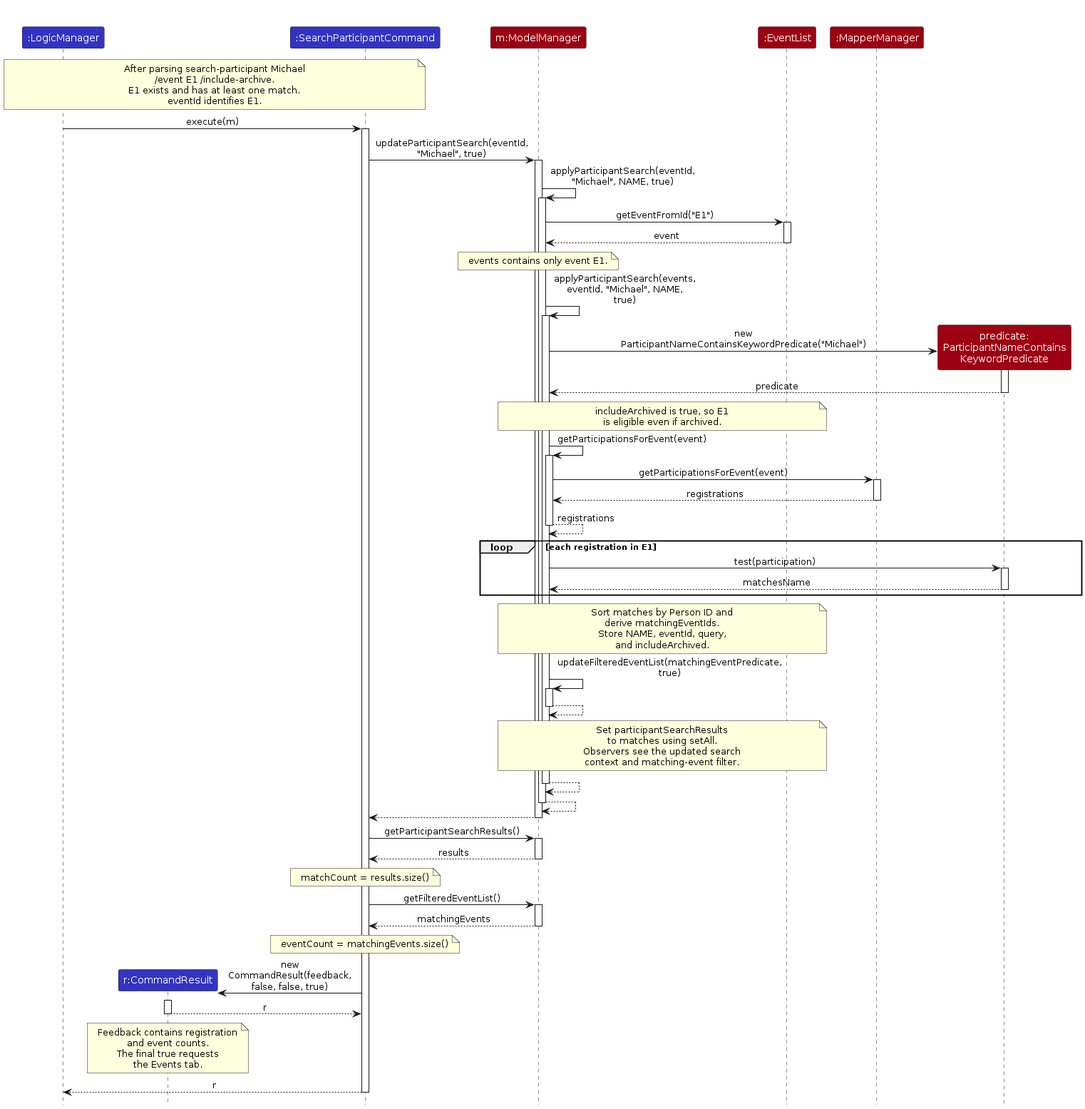
Earlier version of the PlantUML export diagrams/ParticipantSearchSequenceDiagram.png (AY2627S1-CS2103-F12-4/tp). Its source is kept beside it as diagrams/ParticipantSearchSequenceDiagram.puml. Source of this version:
```plantuml
@startuml
!include style.puml
skinparam ArrowFontStyle plain
skinparam ParticipantPadding 5
skinparam maxMessageSize 180

participant ":LogicManager" as LogicManager LOGIC_COLOR
participant "r:CommandResult" as CommandResult LOGIC_COLOR
participant ":SearchParticipantCommand" as Command LOGIC_COLOR
participant "m:ModelManager" as ModelManager MODEL_COLOR
participant ":EventList" as EventList MODEL_COLOR
participant ":MapperManager" as MapperManager MODEL_COLOR
participant "predicate:\nParticipantNameContains\nKeywordPredicate" as Predicate MODEL_COLOR

note over LogicManager, Command
  After parsing search-participant Michael
  /event E1 /include-archive.
  E1 exists and has at least one match.
  eventId identifies E1.
end note

LogicManager -> Command : execute(m)
activate Command
Command -> ModelManager : updateParticipantSearch(eventId, "Michael", true)
activate ModelManager
ModelManager -> ModelManager : applyParticipantSearch(eventId, "Michael", NAME, true)
activate ModelManager
ModelManager -> EventList : getEventFromId("E1")
activate EventList
EventList --> ModelManager : event
deactivate EventList
note over ModelManager : events contains only event E1.
ModelManager -> ModelManager : applyParticipantSearch(events, eventId, "Michael", NAME, true)
activate ModelManager

create Predicate
ModelManager -> Predicate : new ParticipantNameContainsKeywordPredicate("Michael")
activate Predicate
Predicate --> ModelManager : predicate
deactivate Predicate

note over ModelManager, EventList
  includeArchived is true, so E1
  is eligible even if archived.
end note

ModelManager -> ModelManager : getParticipationsForEvent(event)
activate ModelManager
ModelManager -> MapperManager : getParticipationsForEvent(event)
activate MapperManager
MapperManager --> ModelManager : registrations
deactivate MapperManager
ModelManager --> ModelManager : registrations
deactivate ModelManager

loop each registration in E1
    ModelManager -> Predicate : test(participation)
    activate Predicate
    Predicate --> ModelManager : matchesName
    deactivate Predicate
end

note over ModelManager, EventList
  Sort matches by Person ID and
  derive matchingEventIds.
  Store NAME, eventId, query,
  and includeArchived.
end note

ModelManager -> ModelManager : updateFilteredEventList(matchingEventPredicate, true)
activate ModelManager
ModelManager --> ModelManager
deactivate ModelManager

note over ModelManager, EventList
  Set participantSearchResults
  to matches using setAll.
  Observers see the updated search
  context and matching-event filter.
end note

ModelManager --> ModelManager
deactivate ModelManager
ModelManager --> ModelManager
deactivate ModelManager
ModelManager --> Command
deactivate ModelManager

Command -> ModelManager : getParticipantSearchResults()
activate ModelManager
ModelManager --> Command : results
deactivate ModelManager
note over Command : matchCount = results.size()

Command -> ModelManager : getFilteredEventList()
activate ModelManager
ModelManager --> Command : matchingEvents
deactivate ModelManager
note over Command : eventCount = matchingEvents.size()

create CommandResult
Command -> CommandResult : new CommandResult(feedback, false, false, true)
activate CommandResult
CommandResult --> Command : r
deactivate CommandResult
note over CommandResult
  Feedback contains registration
  and event counts.
  The final true requests
  the Events tab.
end note
Command --> LogicManager : r
deactivate Command
@enduml
```
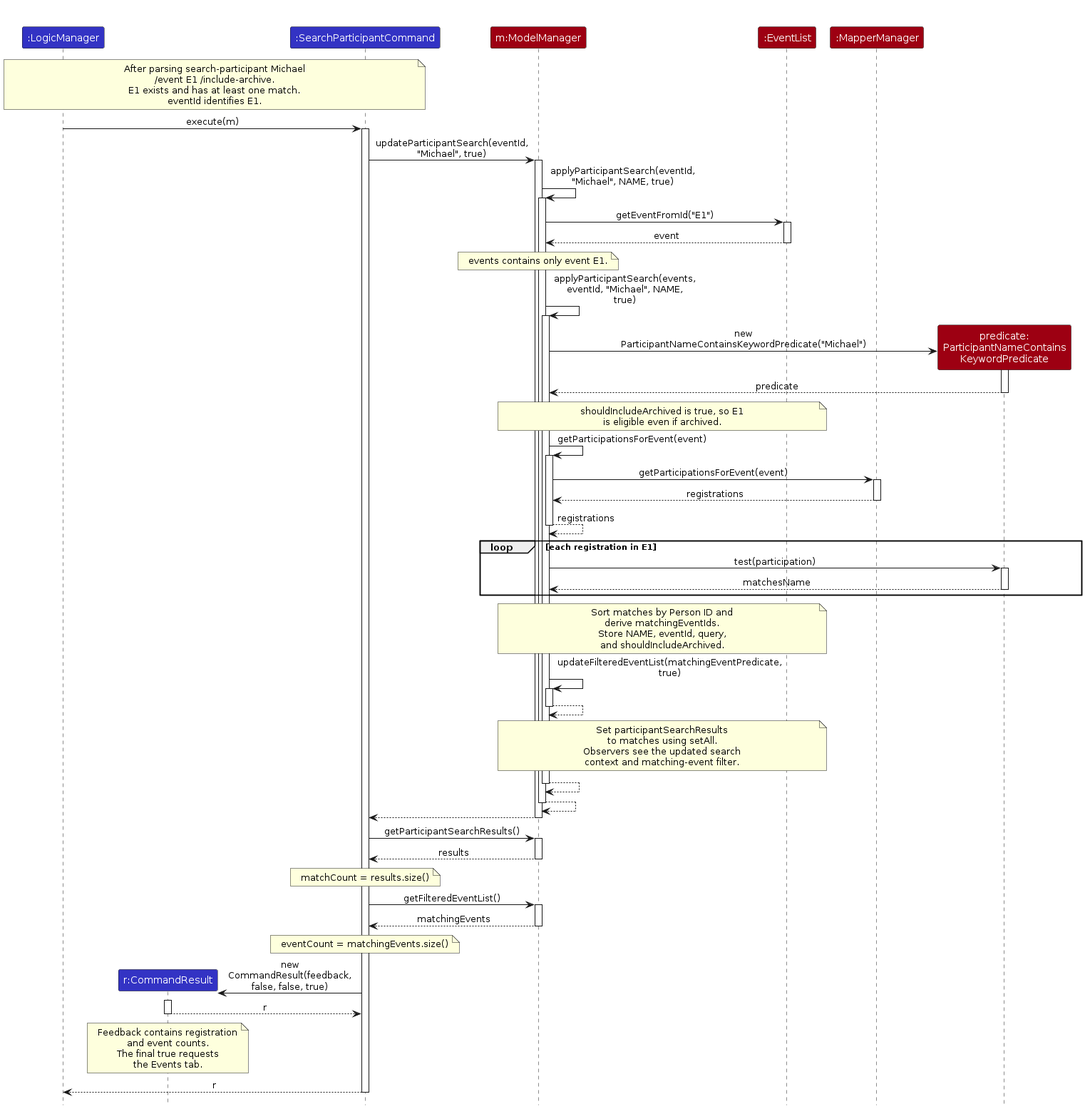
Above is the later version.

Change to the diagram source:
```diff
@@ -40,7 +40,7 @@
 deactivate Predicate
 
 note over ModelManager, EventList
-  includeArchived is true, so E1
+  shouldIncludeArchived is true, so E1
   is eligible even if archived.
 end note
 
@@ -64,7 +64,7 @@
   Sort matches by Person ID and
   derive matchingEventIds.
   Store NAME, eventId, query,
-  and includeArchived.
+  and shouldIncludeArchived.
 end note
 
 ModelManager -> ModelManager : updateFilteredEventList(matchingEventPredicate, true)
```
